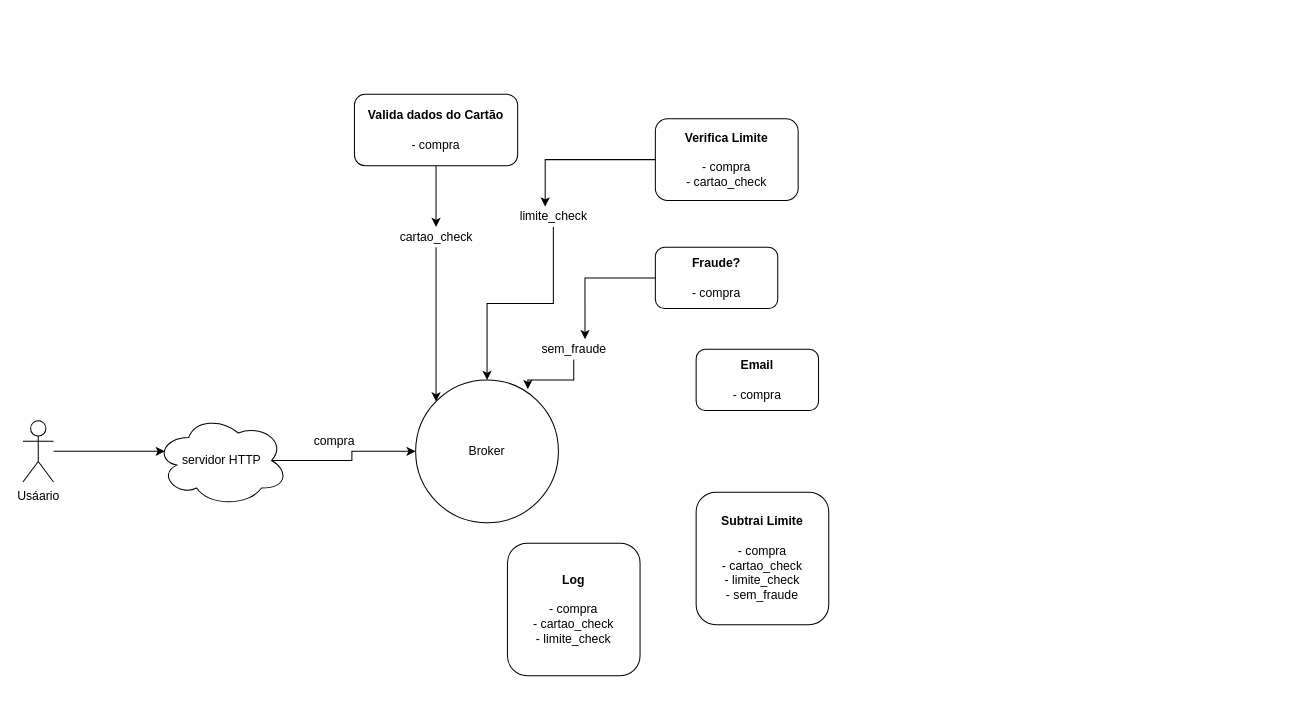
This is Untitled Diagram.drawio from AmandaxKatariny/kafka-challenge, a draw.io file, before an edit. Source tidied: cells renumbered, new cells numbered last; positions are measured from the earlier drawing's top-left corner, leaving out a move shared by most shapes. Both pictures are drawn from the tidied source at 102%, with x=0, y=0 at pixel (22, 94).
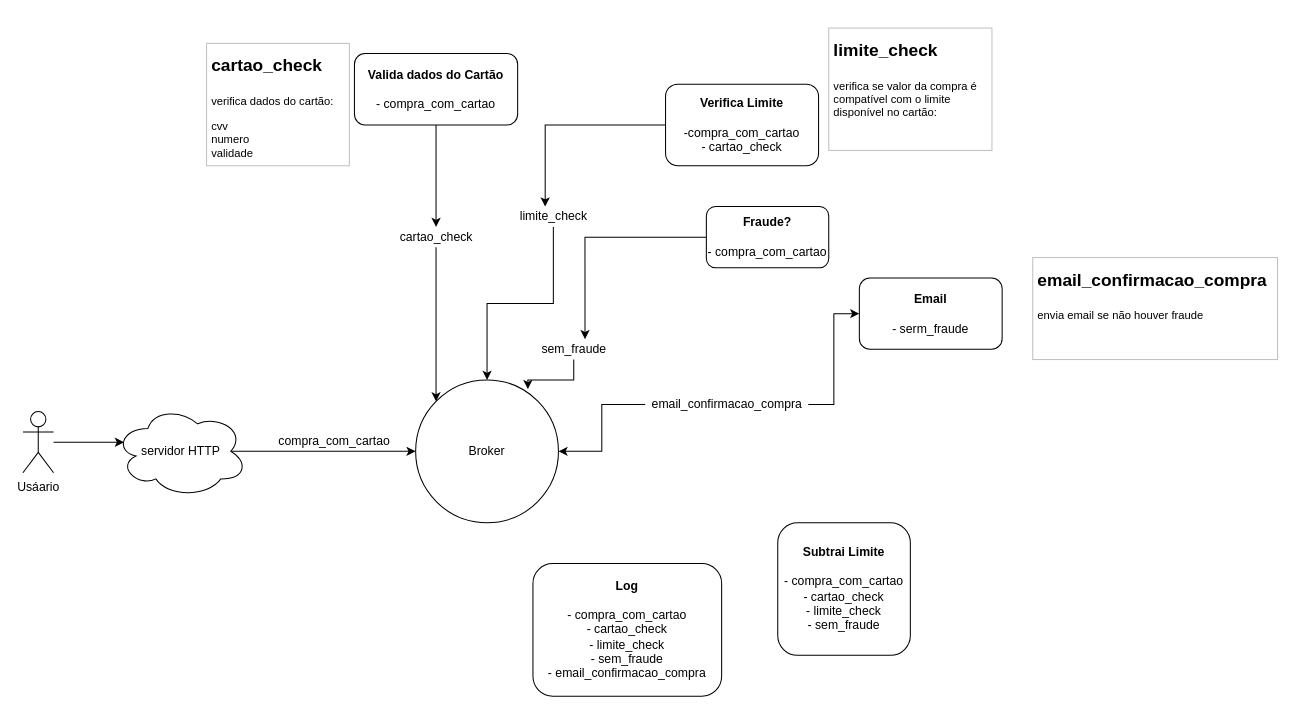
Above is the later version.

The change refers to these unchanged cells:
```xml
<mxCell id="2" value="Broker&lt;br&gt;" style="ellipse;whiteSpace=wrap;html=1;" parent="1" vertex="1">
  <mxGeometry x="385" y="280" width="140" height="140" as="geometry" />
</mxCell>
```

What changed in the source:
```diff
@@
     <mxCell id="3" style="edgeStyle=orthogonalEdgeStyle;rounded=0;jettySize=auto;html=1;exitX=0.875;exitY=0.5;exitDx=0;exitDy=0;exitPerimeter=0;entryX=0;entryY=0.5;entryDx=0;entryDy=0;" parent="1" edge="1" source="4" target="2">
-      <mxGeometry relative="1" as="geometry" />
+      <mxGeometry relative="1" as="geometry">
+        <Array as="points">
+          <mxPoint x="244" y="350" />
+        </Array>
+      </mxGeometry>
     </mxCell>
     <mxCell id="4" value="servidor HTTP" style="ellipse;shape=cloud;whiteSpace=wrap;html=1;" parent="1" vertex="1">
-      <mxGeometry x="130" y="314" width="130" height="90" as="geometry" />
+      <mxGeometry x="90" y="305" width="130" height="90" as="geometry" />
     </mxCell>
@@
     <mxCell id="6" value="Usáario" style="shape=umlActor;verticalLabelPosition=bottom;verticalAlign=top;html=1;outlineConnect=0;" parent="1" vertex="1">
-      <mxGeometry y="320" width="30" height="60" as="geometry" />
+      <mxGeometry y="311" width="30" height="60" as="geometry" />
     </mxCell>
@@
-    <mxCell id="8" value="&lt;b&gt;Valida dados do Cartão&lt;br&gt;&lt;/b&gt;&lt;br&gt;- compra" style="rounded=1;whiteSpace=wrap;html=1;" parent="1" vertex="1">
-      <mxGeometry x="325" width="160" height="70" as="geometry" />
+    <mxCell id="8" value="&lt;b&gt;Valida dados do Cartão&lt;br&gt;&lt;/b&gt;&lt;br&gt;&lt;span&gt;- compra_com_cartao&lt;/span&gt;" style="rounded=1;whiteSpace=wrap;html=1;" parent="1" vertex="1">
+      <mxGeometry x="325" y="-40" width="160" height="70" as="geometry" />
     </mxCell>
-    <mxCell id="9" value="compra" style="text;html=1;align=center;verticalAlign=middle;strokeColor=none;fillColor=none;" parent="1" vertex="1">
-      <mxGeometry x="275" y="330" width="60" height="20" as="geometry" />
+    <mxCell id="9" value="compra_com_cartao" style="text;html=1;align=center;verticalAlign=middle;strokeColor=none;fillColor=none;" parent="1" vertex="1">
+      <mxGeometry x="245" y="330" width="120" height="20" as="geometry" />
     </mxCell>
@@
-    <mxCell id="11" value="&lt;b&gt;Verifica Limite&lt;br&gt;&lt;/b&gt;&lt;br&gt;- compra&lt;br&gt;- cartao_check" style="rounded=1;whiteSpace=wrap;html=1;" parent="1" vertex="1">
-      <mxGeometry x="620" y="24" width="140" height="80" as="geometry" />
+    <mxCell id="11" value="&lt;b&gt;Verifica Limite&lt;br&gt;&lt;/b&gt;&lt;br&gt;-&lt;span&gt;compra_com_cartao&lt;/span&gt;&lt;br&gt;- cartao_check" style="rounded=1;whiteSpace=wrap;html=1;" parent="1" vertex="1">
+      <mxGeometry x="630" y="-10" width="150" height="80" as="geometry" />
     </mxCell>
-    <mxCell id="12" value="&lt;b&gt;Log&lt;/b&gt;&lt;br&gt;&lt;br&gt;- compra&lt;br&gt;- cartao_check&lt;br&gt;- limite_check" style="rounded=1;whiteSpace=wrap;html=1;" parent="1" vertex="1">
-      <mxGeometry x="475" y="440" width="130" height="130" as="geometry" />
+    <mxCell id="12" value="&lt;b&gt;Log&lt;/b&gt;&lt;br&gt;&lt;br&gt;-&amp;nbsp;&lt;span&gt;compra_com_cartao&lt;/span&gt;&lt;br&gt;- cartao_check&lt;br&gt;- limite_check&lt;br&gt;- sem_fraude&lt;br&gt;- email_confirmacao_compra" style="rounded=1;whiteSpace=wrap;html=1;" parent="1" vertex="1">
+      <mxGeometry x="500" y="460" width="185" height="130" as="geometry" />
     </mxCell>
@@
-    <mxCell id="14" value="&lt;b&gt;Fraude?&lt;br&gt;&lt;/b&gt;&lt;br&gt;- compra" style="rounded=1;whiteSpace=wrap;html=1;" parent="1" vertex="1">
-      <mxGeometry x="620" y="150" width="120" height="60" as="geometry" />
+    <mxCell id="14" value="&lt;b&gt;Fraude?&lt;br&gt;&lt;/b&gt;&lt;br&gt;-&amp;nbsp;&lt;span&gt;compra_com_cartao&lt;/span&gt;" style="rounded=1;whiteSpace=wrap;html=1;" parent="1" vertex="1">
+      <mxGeometry x="670" y="110" width="120" height="60" as="geometry" />
     </mxCell>
@@
-    <mxCell id="19" value="&lt;b&gt;Subtrai Limite&lt;/b&gt;&lt;br&gt;&lt;br&gt;- compra&lt;br&gt;- cartao_check&lt;br&gt;- limite_check&lt;br&gt;- sem_fraude" style="rounded=1;whiteSpace=wrap;html=1;" parent="1" vertex="1">
-      <mxGeometry x="660" y="390" width="130" height="130" as="geometry" />
+    <mxCell id="19" value="&lt;b&gt;Subtrai Limite&lt;/b&gt;&lt;br&gt;&lt;br&gt;-&amp;nbsp;&lt;span&gt;compra_com_cartao&lt;/span&gt;&lt;br&gt;- cartao_check&lt;br&gt;- limite_check&lt;br&gt;- sem_fraude" style="rounded=1;whiteSpace=wrap;html=1;" parent="1" vertex="1">
+      <mxGeometry x="740" y="420" width="130" height="130" as="geometry" />
     </mxCell>
@@
-    <mxCell id="22" value="&lt;b&gt;Email&lt;/b&gt;&lt;br&gt;&lt;br&gt;- compra" style="rounded=1;whiteSpace=wrap;html=1;" parent="1" vertex="1">
-      <mxGeometry x="660" y="250" width="120" height="60" as="geometry" />
+    <mxCell id="22" value="&lt;b&gt;Email&lt;/b&gt;&lt;br&gt;&lt;br&gt;-&amp;nbsp;&lt;span&gt;serm_fraude&lt;/span&gt;" style="rounded=1;whiteSpace=wrap;html=1;" parent="1" vertex="1">
+      <mxGeometry x="820" y="180" width="140" height="70" as="geometry" />
     </mxCell>
+    <mxCell id="23" style="edgeStyle=orthogonalEdgeStyle;rounded=0;jettySize=auto;html=1;entryX=0;entryY=0.5;entryDx=0;entryDy=0;" parent="1" edge="1" source="25" target="22">
+      <mxGeometry relative="1" as="geometry" />
+    </mxCell>
+    <mxCell id="24" style="edgeStyle=orthogonalEdgeStyle;rounded=0;jettySize=auto;html=1;" parent="1" edge="1" source="25" target="2">
+      <mxGeometry relative="1" as="geometry" />
+    </mxCell>
+    <mxCell id="25" value="email_confirmacao_compra" style="text;html=1;align=center;verticalAlign=middle;points=[];strokeColor=none;fillColor=none;" parent="1" vertex="1">
+      <mxGeometry x="610" y="294" width="160" height="20" as="geometry" />
+    </mxCell>
+    <mxCell id="26" value="&lt;h1&gt;&lt;font style=&quot;font-size: 17px&quot;&gt;cartao_check&lt;/font&gt;&lt;/h1&gt;&lt;p style=&quot;font-size: 11px&quot;&gt;&lt;font style=&quot;font-size: 11px&quot;&gt;verifica dados do cartão:&lt;/font&gt;&lt;/p&gt;&lt;p style=&quot;font-size: 11px&quot;&gt;&lt;font style=&quot;font-size: 11px&quot;&gt;cvv&lt;br&gt;&lt;span&gt;numero&lt;br&gt;&lt;/span&gt;&lt;span&gt;validade&lt;/span&gt;&lt;/font&gt;&lt;/p&gt;" style="text;html=1;strokeColor=#BFBFBF;fillColor=none;spacing=5;spacingTop=-20;whiteSpace=wrap;overflow=hidden;rounded=0;strokeWidth=1;" parent="1" vertex="1">
+      <mxGeometry x="180" y="-50" width="140" height="120" as="geometry" />
+    </mxCell>
+    <mxCell id="27" value="&lt;h1&gt;&lt;font style=&quot;font-size: 17px&quot;&gt;limite_check&lt;/font&gt;&lt;/h1&gt;&lt;p style=&quot;font-size: 11px&quot;&gt;&lt;font style=&quot;font-size: 11px&quot;&gt;verifica se valor da compra é compatível com o limite disponível no cartão:&lt;/font&gt;&lt;/p&gt;" style="text;html=1;strokeColor=#BFBFBF;fillColor=none;spacing=5;spacingTop=-20;whiteSpace=wrap;overflow=hidden;rounded=0;strokeWidth=1;" parent="1" vertex="1">
+      <mxGeometry x="790" y="-65" width="160" height="120" as="geometry" />
+    </mxCell>
+    <mxCell id="28" value="&lt;h1&gt;&lt;font style=&quot;font-size: 17px&quot;&gt;email_confirmacao_compra&lt;/font&gt;&lt;/h1&gt;&lt;p style=&quot;font-size: 11px&quot;&gt;&lt;font style=&quot;font-size: 11px&quot;&gt;envia email se não houver fraude&lt;/font&gt;&lt;/p&gt;" style="text;html=1;strokeColor=#BFBFBF;fillColor=none;spacing=5;spacingTop=-20;whiteSpace=wrap;overflow=hidden;rounded=0;strokeWidth=1;" parent="1" vertex="1">
+      <mxGeometry x="990" y="160" width="240" height="100" as="geometry" />
+    </mxCell>
```
